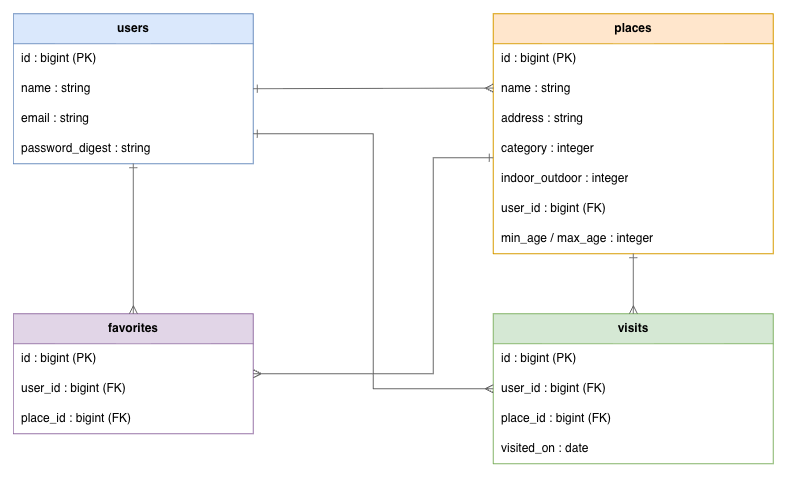
The draw.io diagram docs/images/er-diagram.png in bluewell-y/asobi-log, before a commit. Source tidied: cells renumbered, new cells last; positions are measured from the earlier drawing's top-left corner, leaving out a move shared by most shapes.
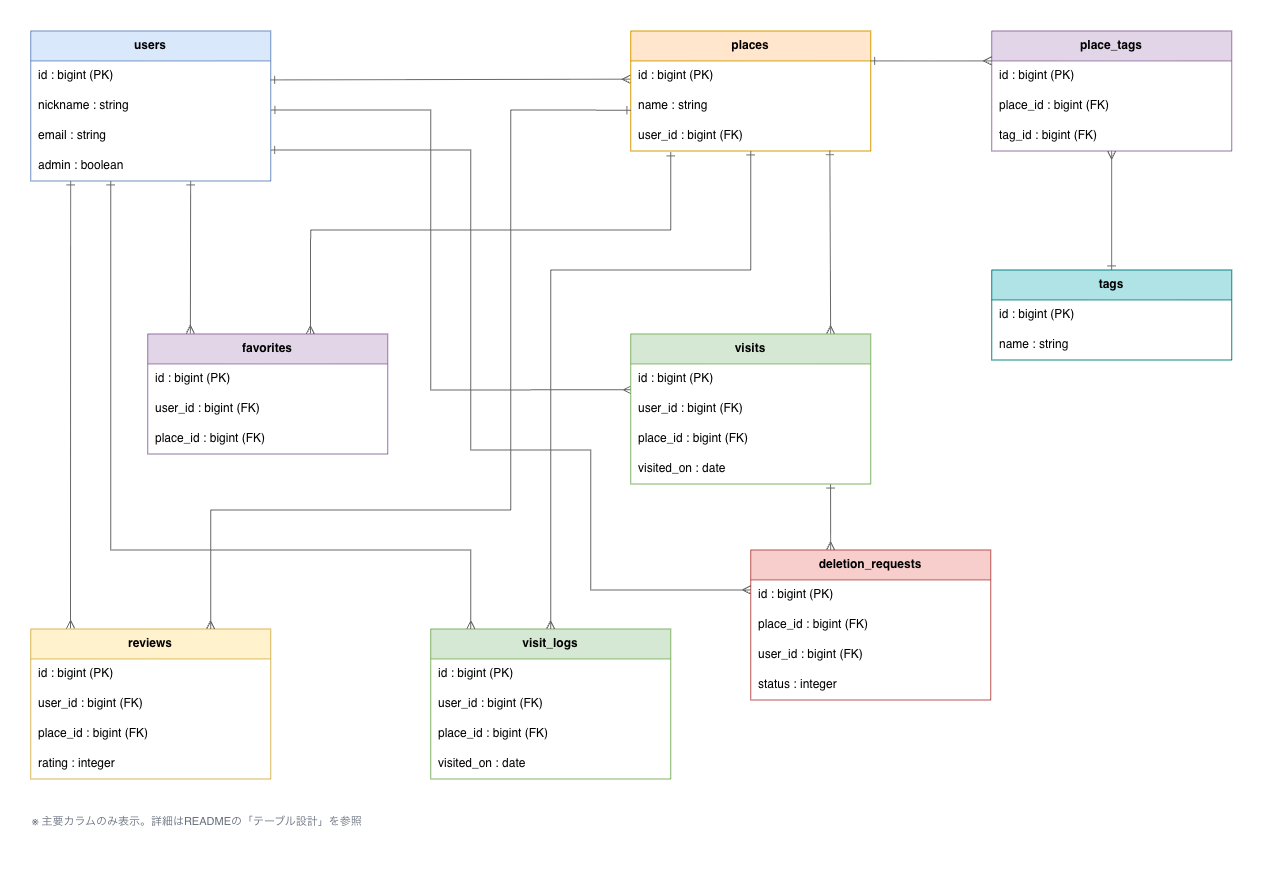
The same diagram one commit later.

Commit message:
ER図・画面遷移図の更新

What changed in the source:
```diff
@@ -3,46 +3,34 @@
     <mxCell id="0" />
     <mxCell id="1" parent="0" />
     <mxCell id="2" value="users" style="swimlane;fontStyle=1;horizontal=1;startSize=30;fillColor=#dae8fc;strokeColor=#6c8ebf;whiteSpace=wrap;html=1;" parent="1" vertex="1">
-      <mxGeometry width="240" height="150" as="geometry" />
+      <mxGeometry x="-40" y="-19" width="240" height="150" as="geometry" />
     </mxCell>
     <mxCell id="3" value="id : bigint (PK)" style="text;strokeColor=none;fillColor=none;align=left;verticalAlign=middle;spacingLeft=6;spacingRight=4;overflow=hidden;whiteSpace=wrap;html=1;" parent="2" vertex="1">
       <mxGeometry y="30" width="240" height="30" as="geometry" />
     </mxCell>
-    <mxCell id="4" value="name : string" style="text;strokeColor=none;fillColor=none;align=left;verticalAlign=middle;spacingLeft=6;spacingRight=4;overflow=hidden;whiteSpace=wrap;html=1;" parent="2" vertex="1">
+    <mxCell id="4" value="nickname : string" style="text;strokeColor=none;fillColor=none;align=left;verticalAlign=middle;spacingLeft=6;spacingRight=4;overflow=hidden;whiteSpace=wrap;html=1;" parent="2" vertex="1">
       <mxGeometry y="60" width="240" height="30" as="geometry" />
     </mxCell>
     <mxCell id="5" value="email : string" style="text;strokeColor=none;fillColor=none;align=left;verticalAlign=middle;spacingLeft=6;spacingRight=4;overflow=hidden;whiteSpace=wrap;html=1;" parent="2" vertex="1">
       <mxGeometry y="90" width="240" height="30" as="geometry" />
     </mxCell>
-    <mxCell id="6" value="password_digest : string" style="text;strokeColor=none;fillColor=none;align=left;verticalAlign=middle;spacingLeft=6;spacingRight=4;overflow=hidden;whiteSpace=wrap;html=1;" parent="2" vertex="1">
+    <mxCell id="6" value="admin : boolean" style="text;strokeColor=none;fillColor=none;align=left;verticalAlign=middle;spacingLeft=6;spacingRight=4;overflow=hidden;whiteSpace=wrap;html=1;" parent="2" vertex="1">
       <mxGeometry y="120" width="240" height="30" as="geometry" />
     </mxCell>
     <mxCell id="7" value="places" style="swimlane;fontStyle=1;horizontal=1;startSize=30;fillColor=#ffe6cc;strokeColor=#d79b00;whiteSpace=wrap;html=1;" parent="1" vertex="1">
-      <mxGeometry x="480" width="280" height="240" as="geometry" />
+      <mxGeometry x="560" y="-19" width="240" height="120" as="geometry" />
     </mxCell>
     <mxCell id="8" value="id : bigint (PK)" style="text;strokeColor=none;fillColor=none;align=left;verticalAlign=middle;spacingLeft=6;spacingRight=4;overflow=hidden;whiteSpace=wrap;html=1;" parent="7" vertex="1">
-      <mxGeometry y="30" width="280" height="30" as="geometry" />
+      <mxGeometry y="30" width="240" height="30" as="geometry" />
     </mxCell>
     <mxCell id="9" value="name : string" style="text;strokeColor=none;fillColor=none;align=left;verticalAlign=middle;spacingLeft=6;spacingRight=4;overflow=hidden;whiteSpace=wrap;html=1;" parent="7" vertex="1">
-      <mxGeometry y="60" width="280" height="30" as="geometry" />
+      <mxGeometry y="60" width="240" height="30" as="geometry" />
     </mxCell>
-    <mxCell id="10" value="address : string" style="text;strokeColor=none;fillColor=none;align=left;verticalAlign=middle;spacingLeft=6;spacingRight=4;overflow=hidden;whiteSpace=wrap;html=1;" parent="7" vertex="1">
-      <mxGeometry y="90" width="280" height="30" as="geometry" />
+    <mxCell id="10" value="user_id : bigint (FK)" style="text;strokeColor=none;fillColor=none;align=left;verticalAlign=middle;spacingLeft=6;spacingRight=4;overflow=hidden;whiteSpace=wrap;html=1;" parent="7" vertex="1">
+      <mxGeometry y="90" width="240" height="30" as="geometry" />
     </mxCell>
-    <mxCell id="11" value="category : integer" style="text;strokeColor=none;fillColor=none;align=left;verticalAlign=middle;spacingLeft=6;spacingRight=4;overflow=hidden;whiteSpace=wrap;html=1;" parent="7" vertex="1">
-      <mxGeometry y="120" width="280" height="30" as="geometry" />
-    </mxCell>
-    <mxCell id="12" value="indoor_outdoor : integer" style="text;strokeColor=none;fillColor=none;align=left;verticalAlign=middle;spacingLeft=6;spacingRight=4;overflow=hidden;whiteSpace=wrap;html=1;" parent="7" vertex="1">
-      <mxGeometry y="150" width="280" height="30" as="geometry" />
-    </mxCell>
-    <mxCell id="13" value="user_id : bigint (FK)" style="text;strokeColor=none;fillColor=none;align=left;verticalAlign=middle;spacingLeft=6;spacingRight=4;overflow=hidden;whiteSpace=wrap;html=1;" parent="7" vertex="1">
-      <mxGeometry y="180" width="280" height="30" as="geometry" />
-    </mxCell>
-    <mxCell id="14" value="min_age / max_age : integer" style="text;strokeColor=none;fillColor=none;align=left;verticalAlign=middle;spacingLeft=6;spacingRight=4;overflow=hidden;whiteSpace=wrap;html=1;" parent="7" vertex="1">
-      <mxGeometry y="210" width="280" height="30" as="geometry" />
-    </mxCell>
     <mxCell id="15" value="favorites" style="swimlane;fontStyle=1;horizontal=1;startSize=30;fillColor=#e1d5e7;strokeColor=#9673a6;whiteSpace=wrap;html=1;" parent="1" vertex="1">
-      <mxGeometry y="300" width="240" height="120" as="geometry" />
+      <mxGeometry x="77" y="284" width="240" height="120" as="geometry" />
     </mxCell>
     <mxCell id="16" value="id : bigint (PK)" style="text;strokeColor=none;fillColor=none;align=left;verticalAlign=middle;spacingLeft=6;spacingRight=4;overflow=hidden;whiteSpace=wrap;html=1;" parent="15" vertex="1">
       <mxGeometry y="30" width="240" height="30" as="geometry" />
@@ -53,45 +41,175 @@
     <mxCell id="18" value="place_id : bigint (FK)" style="text;strokeColor=none;fillColor=none;align=left;verticalAlign=middle;spacingLeft=6;spacingRight=4;overflow=hidden;whiteSpace=wrap;html=1;" parent="15" vertex="1">
       <mxGeometry y="90" width="240" height="30" as="geometry" />
     </mxCell>
+    <mxCell id="29" value="tags" style="swimlane;fontStyle=1;horizontal=1;startSize=30;fillColor=#b0e3e6;strokeColor=#0b8484;whiteSpace=wrap;html=1;" parent="1" vertex="1">
+      <mxGeometry x="921" y="220" width="240" height="90" as="geometry" />
+    </mxCell>
+    <mxCell id="30" value="id : bigint (PK)" style="text;strokeColor=none;fillColor=none;align=left;verticalAlign=middle;spacingLeft=6;spacingRight=4;overflow=hidden;whiteSpace=wrap;html=1;" parent="29" vertex="1">
+      <mxGeometry y="30" width="240" height="30" as="geometry" />
+    </mxCell>
+    <mxCell id="31" value="name : string" style="text;strokeColor=none;fillColor=none;align=left;verticalAlign=middle;spacingLeft=6;spacingRight=4;overflow=hidden;whiteSpace=wrap;html=1;" parent="29" vertex="1">
+      <mxGeometry y="60" width="240" height="30" as="geometry" />
+    </mxCell>
+    <mxCell id="32" value="place_tags" style="swimlane;fontStyle=1;horizontal=1;startSize=30;fillColor=#e1d5e7;strokeColor=#9673a6;whiteSpace=wrap;html=1;" parent="1" vertex="1">
+      <mxGeometry x="921" y="-19" width="240" height="120" as="geometry" />
+    </mxCell>
+    <mxCell id="33" value="id : bigint (PK)" style="text;strokeColor=none;fillColor=none;align=left;verticalAlign=middle;spacingLeft=6;spacingRight=4;overflow=hidden;whiteSpace=wrap;html=1;" parent="32" vertex="1">
+      <mxGeometry y="30" width="240" height="30" as="geometry" />
+    </mxCell>
+    <mxCell id="34" value="place_id : bigint (FK)" style="text;strokeColor=none;fillColor=none;align=left;verticalAlign=middle;spacingLeft=6;spacingRight=4;overflow=hidden;whiteSpace=wrap;html=1;" parent="32" vertex="1">
+      <mxGeometry y="60" width="240" height="30" as="geometry" />
+    </mxCell>
+    <mxCell id="35" value="tag_id : bigint (FK)" style="text;strokeColor=none;fillColor=none;align=left;verticalAlign=middle;spacingLeft=6;spacingRight=4;overflow=hidden;whiteSpace=wrap;html=1;" parent="32" vertex="1">
+      <mxGeometry y="90" width="240" height="30" as="geometry" />
+    </mxCell>
+    <mxCell id="36" value="reviews" style="swimlane;fontStyle=1;horizontal=1;startSize=30;fillColor=#fff2cc;strokeColor=#d6b656;whiteSpace=wrap;html=1;" parent="1" vertex="1">
+      <mxGeometry x="-40" y="579" width="240" height="150" as="geometry" />
+    </mxCell>
+    <mxCell id="37" value="id : bigint (PK)" style="text;strokeColor=none;fillColor=none;align=left;verticalAlign=middle;spacingLeft=6;spacingRight=4;overflow=hidden;whiteSpace=wrap;html=1;" parent="36" vertex="1">
+      <mxGeometry y="30" width="240" height="30" as="geometry" />
+    </mxCell>
+    <mxCell id="38" value="user_id : bigint (FK)" style="text;strokeColor=none;fillColor=none;align=left;verticalAlign=middle;spacingLeft=6;spacingRight=4;overflow=hidden;whiteSpace=wrap;html=1;" parent="36" vertex="1">
+      <mxGeometry y="60" width="240" height="30" as="geometry" />
+    </mxCell>
+    <mxCell id="39" value="place_id : bigint (FK)" style="text;strokeColor=none;fillColor=none;align=left;verticalAlign=middle;spacingLeft=6;spacingRight=4;overflow=hidden;whiteSpace=wrap;html=1;" parent="36" vertex="1">
+      <mxGeometry y="90" width="240" height="30" as="geometry" />
+    </mxCell>
+    <mxCell id="40" value="rating : integer" style="text;strokeColor=none;fillColor=none;align=left;verticalAlign=middle;spacingLeft=6;spacingRight=4;overflow=hidden;whiteSpace=wrap;html=1;" parent="36" vertex="1">
+      <mxGeometry y="120" width="240" height="30" as="geometry" />
+    </mxCell>
+    <mxCell id="41" value="visit_logs" style="swimlane;fontStyle=1;horizontal=1;startSize=30;fillColor=#d5e8d4;strokeColor=#82b366;whiteSpace=wrap;html=1;" parent="1" vertex="1">
+      <mxGeometry x="360" y="579" width="240" height="150" as="geometry" />
+    </mxCell>
+    <mxCell id="42" value="id : bigint (PK)" style="text;strokeColor=none;fillColor=none;align=left;verticalAlign=middle;spacingLeft=6;spacingRight=4;overflow=hidden;whiteSpace=wrap;html=1;" parent="41" vertex="1">
+      <mxGeometry y="30" width="240" height="30" as="geometry" />
+    </mxCell>
+    <mxCell id="43" value="user_id : bigint (FK)" style="text;strokeColor=none;fillColor=none;align=left;verticalAlign=middle;spacingLeft=6;spacingRight=4;overflow=hidden;whiteSpace=wrap;html=1;" parent="41" vertex="1">
+      <mxGeometry y="60" width="240" height="30" as="geometry" />
+    </mxCell>
+    <mxCell id="44" value="place_id : bigint (FK)" style="text;strokeColor=none;fillColor=none;align=left;verticalAlign=middle;spacingLeft=6;spacingRight=4;overflow=hidden;whiteSpace=wrap;html=1;" parent="41" vertex="1">
+      <mxGeometry y="90" width="240" height="30" as="geometry" />
+    </mxCell>
+    <mxCell id="45" value="visited_on : date" style="text;strokeColor=none;fillColor=none;align=left;verticalAlign=middle;spacingLeft=6;spacingRight=4;overflow=hidden;whiteSpace=wrap;html=1;" parent="41" vertex="1">
+      <mxGeometry y="120" width="240" height="30" as="geometry" />
+    </mxCell>
+    <mxCell id="46" value="deletion_requests" style="swimlane;fontStyle=1;horizontal=1;startSize=30;fillColor=#f8cecc;strokeColor=#b85450;whiteSpace=wrap;html=1;" parent="1" vertex="1">
+      <mxGeometry x="680" y="500" width="240" height="150" as="geometry" />
+    </mxCell>
+    <mxCell id="47" value="id : bigint (PK)" style="text;strokeColor=none;fillColor=none;align=left;verticalAlign=middle;spacingLeft=6;spacingRight=4;overflow=hidden;whiteSpace=wrap;html=1;" parent="46" vertex="1">
+      <mxGeometry y="30" width="240" height="30" as="geometry" />
+    </mxCell>
+    <mxCell id="48" value="place_id : bigint (FK)" style="text;strokeColor=none;fillColor=none;align=left;verticalAlign=middle;spacingLeft=6;spacingRight=4;overflow=hidden;whiteSpace=wrap;html=1;" parent="46" vertex="1">
+      <mxGeometry y="60" width="240" height="30" as="geometry" />
+    </mxCell>
+    <mxCell id="49" value="user_id : bigint (FK)" style="text;strokeColor=none;fillColor=none;align=left;verticalAlign=middle;spacingLeft=6;spacingRight=4;overflow=hidden;whiteSpace=wrap;html=1;" parent="46" vertex="1">
+      <mxGeometry y="90" width="240" height="30" as="geometry" />
+    </mxCell>
+    <mxCell id="50" value="status : integer" style="text;strokeColor=none;fillColor=none;align=left;verticalAlign=middle;spacingLeft=6;spacingRight=4;overflow=hidden;whiteSpace=wrap;html=1;" parent="46" vertex="1">
+      <mxGeometry y="120" width="240" height="30" as="geometry" />
+    </mxCell>
+    <mxCell id="24" style="edgeStyle=none;html=1;rounded=0;strokeColor=#666666;endArrow=ERmany;endFill=0;startArrow=ERone;startFill=0;exitX=1;exitY=0;exitDx=0;exitDy=0;entryX=-0.002;entryY=0.609;entryDx=0;entryDy=0;entryPerimeter=0;" parent="1" edge="1" target="8">
+      <mxGeometry relative="1" as="geometry">
+        <mxPoint x="200" y="30" as="sourcePoint" />
+      </mxGeometry>
+    </mxCell>
+    <mxCell id="25" style="edgeStyle=none;html=1;rounded=0;strokeColor=#666666;endArrow=ERmany;endFill=0;startArrow=ERone;startFill=0;entryX=0.178;entryY=-0.004;entryDx=0;entryDy=0;entryPerimeter=0;" parent="1" edge="1" target="15">
+      <mxGeometry relative="1" as="geometry">
+        <mxPoint x="120" y="131" as="sourcePoint" />
+      </mxGeometry>
+    </mxCell>
+    <mxCell id="28" style="edgeStyle=none;html=1;rounded=0;strokeColor=#666666;endArrow=ERmany;endFill=0;startArrow=ERone;startFill=0;exitX=0.167;exitY=1.033;exitDx=0;exitDy=0;exitPerimeter=0;entryX=0.678;entryY=0.001;entryDx=0;entryDy=0;entryPerimeter=0;" parent="1" edge="1" source="10" target="15">
+      <mxGeometry relative="1" as="geometry">
+        <Array as="points">
+          <mxPoint x="600" y="180" />
+          <mxPoint x="240" y="180" />
+        </Array>
+      </mxGeometry>
+    </mxCell>
+    <mxCell id="27" style="edgeStyle=none;html=1;rounded=0;strokeColor=#666666;endArrow=ERmany;endFill=0;startArrow=ERone;startFill=0;exitX=1;exitY=0.75;exitDx=0;exitDy=0;entryX=0.002;entryY=0.865;entryDx=0;entryDy=0;entryPerimeter=0;" parent="1" edge="1" target="20">
+      <mxGeometry relative="1" as="geometry">
+        <mxPoint x="200.2" y="60" as="sourcePoint" />
+        <Array as="points">
+          <mxPoint x="360" y="60" />
+          <mxPoint x="360" y="340" />
+        </Array>
+      </mxGeometry>
+    </mxCell>
+    <mxCell id="51" style="edgeStyle=none;html=1;rounded=0;strokeColor=#666666;endArrow=ERmany;endFill=0;startArrow=ERone;startFill=0;entryX=0;entryY=0.25;entryDx=0;entryDy=0;exitX=1;exitY=0.25;exitDx=0;exitDy=0;" parent="1" edge="1" source="7" target="32">
+      <mxGeometry relative="1" as="geometry" />
+    </mxCell>
+    <mxCell id="52" style="edgeStyle=none;html=1;rounded=0;strokeColor=#666666;endArrow=ERmany;endFill=0;startArrow=ERone;startFill=0;entryX=0.5;entryY=1;entryDx=0;entryDy=0;" parent="1" edge="1" source="29" target="35">
+      <mxGeometry relative="1" as="geometry" />
+    </mxCell>
+    <mxCell id="53" style="edgeStyle=none;html=1;rounded=0;strokeColor=#666666;endArrow=ERmany;endFill=0;startArrow=ERone;startFill=0;exitX=0.25;exitY=1;exitDx=0;exitDy=0;entryX=0.166;entryY=-0.004;entryDx=0;entryDy=0;entryPerimeter=0;" parent="1" edge="1" target="36">
+      <mxGeometry relative="1" as="geometry">
+        <mxPoint y="131" as="sourcePoint" />
+      </mxGeometry>
+    </mxCell>
+    <mxCell id="54" style="edgeStyle=none;html=1;rounded=0;strokeColor=#666666;endArrow=ERmany;endFill=0;startArrow=ERone;startFill=0;entryX=0.75;entryY=0;entryDx=0;entryDy=0;exitX=0.001;exitY=0.644;exitDx=0;exitDy=0;exitPerimeter=0;" parent="1" edge="1" source="9" target="36">
+      <mxGeometry relative="1" as="geometry">
+        <Array as="points">
+          <mxPoint x="440" y="60" />
+          <mxPoint x="440" y="460" />
+          <mxPoint x="140" y="460" />
+        </Array>
+      </mxGeometry>
+    </mxCell>
+    <mxCell id="55" style="edgeStyle=none;html=1;rounded=0;strokeColor=#666666;endArrow=ERmany;endFill=0;startArrow=ERone;startFill=0;entryX=0.167;entryY=0;entryDx=0;entryDy=0;entryPerimeter=0;" parent="1" edge="1" target="41">
+      <mxGeometry relative="1" as="geometry">
+        <mxPoint x="40" y="131" as="sourcePoint" />
+        <Array as="points">
+          <mxPoint x="40" y="500" />
+          <mxPoint x="400" y="500" />
+        </Array>
+      </mxGeometry>
+    </mxCell>
+    <mxCell id="56" style="edgeStyle=none;html=1;rounded=0;strokeColor=#666666;endArrow=ERmany;endFill=0;startArrow=ERone;startFill=0;exitX=0.5;exitY=1;exitDx=0;exitDy=0;entryX=0.5;entryY=0;entryDx=0;entryDy=0;" parent="1" edge="1" source="10" target="41">
+      <mxGeometry relative="1" as="geometry">
+        <Array as="points">
+          <mxPoint x="680" y="220" />
+          <mxPoint x="480" y="220" />
+        </Array>
+      </mxGeometry>
+    </mxCell>
+    <mxCell id="57" style="edgeStyle=none;html=1;rounded=0;strokeColor=#666666;endArrow=ERmany;endFill=0;startArrow=ERone;startFill=0;" parent="1" edge="1">
+      <mxGeometry relative="1" as="geometry">
+        <mxPoint x="200" y="100" as="sourcePoint" />
+        <mxPoint x="680" y="540" as="targetPoint" />
+        <Array as="points">
+          <mxPoint x="400" y="100" />
+          <mxPoint x="400" y="400" />
+          <mxPoint x="520" y="400" />
+          <mxPoint x="520" y="540" />
+        </Array>
+      </mxGeometry>
+    </mxCell>
+    <mxCell id="58" style="edgeStyle=none;html=1;rounded=0;strokeColor=#666666;endArrow=ERmany;endFill=0;startArrow=ERone;startFill=0;exitX=0.833;exitY=1.005;exitDx=0;exitDy=0;exitPerimeter=0;" parent="1" edge="1" source="23">
+      <mxGeometry relative="1" as="geometry">
+        <mxPoint x="760" y="500" as="targetPoint" />
+      </mxGeometry>
+    </mxCell>
+    <mxCell id="59" value="※ 主要カラムのみ表示。詳細はREADMEの「テーブル設計」を参照" style="text;html=1;align=left;verticalAlign=top;fontSize=11;fontColor=#676f7d;" parent="1" vertex="1">
+      <mxGeometry x="-40" y="759" width="500" height="30" as="geometry" />
+    </mxCell>
+    <mxCell id="60" style="edgeStyle=none;html=1;rounded=0;strokeColor=#666666;endArrow=ERmany;endFill=0;startArrow=ERone;startFill=0;entryX=0.5;entryY=0;entryDx=0;entryDy=0;exitX=0.83;exitY=0.992;exitDx=0;exitDy=0;exitPerimeter=0;" parent="1" edge="1" source="10">
+      <mxGeometry relative="1" as="geometry">
+        <mxPoint x="760" y="284" as="targetPoint" />
+      </mxGeometry>
+    </mxCell>
     <mxCell id="19" value="visits" style="swimlane;fontStyle=1;horizontal=1;startSize=30;fillColor=#d5e8d4;strokeColor=#82b366;whiteSpace=wrap;html=1;" parent="1" vertex="1">
-      <mxGeometry x="480" y="300" width="280" height="150" as="geometry" />
+      <mxGeometry x="560" y="284" width="240" height="150" as="geometry" />
     </mxCell>
     <mxCell id="20" value="id : bigint (PK)" style="text;strokeColor=none;fillColor=none;align=left;verticalAlign=middle;spacingLeft=6;spacingRight=4;overflow=hidden;whiteSpace=wrap;html=1;" parent="19" vertex="1">
-      <mxGeometry y="30" width="280" height="30" as="geometry" />
+      <mxGeometry y="30" width="240" height="30" as="geometry" />
     </mxCell>
     <mxCell id="21" value="user_id : bigint (FK)" style="text;strokeColor=none;fillColor=none;align=left;verticalAlign=middle;spacingLeft=6;spacingRight=4;overflow=hidden;whiteSpace=wrap;html=1;" parent="19" vertex="1">
-      <mxGeometry y="60" width="280" height="30" as="geometry" />
+      <mxGeometry y="60" width="240" height="30" as="geometry" />
     </mxCell>
     <mxCell id="22" value="place_id : bigint (FK)" style="text;strokeColor=none;fillColor=none;align=left;verticalAlign=middle;spacingLeft=6;spacingRight=4;overflow=hidden;whiteSpace=wrap;html=1;" parent="19" vertex="1">
-      <mxGeometry y="90" width="280" height="30" as="geometry" />
+      <mxGeometry y="90" width="240" height="30" as="geometry" />
     </mxCell>
     <mxCell id="23" value="visited_on : date" style="text;strokeColor=none;fillColor=none;align=left;verticalAlign=middle;spacingLeft=6;spacingRight=4;overflow=hidden;whiteSpace=wrap;html=1;" parent="19" vertex="1">
-      <mxGeometry y="120" width="280" height="30" as="geometry" />
+      <mxGeometry y="120" width="240" height="30" as="geometry" />
     </mxCell>
-    <mxCell id="24" style="edgeStyle=none;html=1;rounded=0;strokeColor=#666666;endArrow=ERmany;endFill=0;startArrow=ERone;startFill=0;exitX=1;exitY=0.5;exitDx=0;exitDy=0;entryX=0;entryY=0.31;entryDx=0;entryDy=0;" parent="1" edge="1" source="2" target="7">
-      <mxGeometry relative="1" as="geometry" />
-    </mxCell>
-    <mxCell id="25" style="edgeStyle=none;html=1;rounded=0;strokeColor=#666666;endArrow=ERmany;endFill=0;startArrow=ERone;startFill=0;exitX=0.5;exitY=1;exitDx=0;exitDy=0;entryX=0.5;entryY=0;entryDx=0;entryDy=0;" parent="1" edge="1" source="2" target="15">
-      <mxGeometry relative="1" as="geometry" />
-    </mxCell>
-    <mxCell id="26" style="edgeStyle=none;html=1;rounded=0;strokeColor=#666666;endArrow=ERmany;endFill=0;startArrow=ERone;startFill=0;exitX=0.5;exitY=1;exitDx=0;exitDy=0;entryX=0.5;entryY=0;entryDx=0;entryDy=0;" parent="1" edge="1" source="7" target="19">
-      <mxGeometry relative="1" as="geometry" />
-    </mxCell>
-    <mxCell id="27" style="edgeStyle=orthogonalEdgeStyle;html=1;rounded=0;strokeColor=#666666;endArrow=ERmany;endFill=0;startArrow=ERone;startFill=0;exitX=1;exitY=0.8;exitDx=0;exitDy=0;entryX=0;entryY=0.5;entryDx=0;entryDy=0;" parent="1" edge="1" source="2" target="19">
-      <mxGeometry relative="1" as="geometry">
-        <Array as="points">
-          <mxPoint x="360" y="120" />
-          <mxPoint x="360" y="375" />
-        </Array>
-      </mxGeometry>
-    </mxCell>
-    <mxCell id="28" style="edgeStyle=orthogonalEdgeStyle;html=1;rounded=0;strokeColor=#666666;endArrow=ERmany;endFill=0;startArrow=ERone;startFill=0;exitX=0;exitY=0.6;exitDx=0;exitDy=0;entryX=1;entryY=0.5;entryDx=0;entryDy=0;" parent="1" edge="1" source="7" target="15">
-      <mxGeometry relative="1" as="geometry">
-        <Array as="points">
-          <mxPoint x="420" y="144" />
-          <mxPoint x="420" y="360" />
-        </Array>
-      </mxGeometry>
-    </mxCell>
   </root>
 </mxGraphModel>
```
